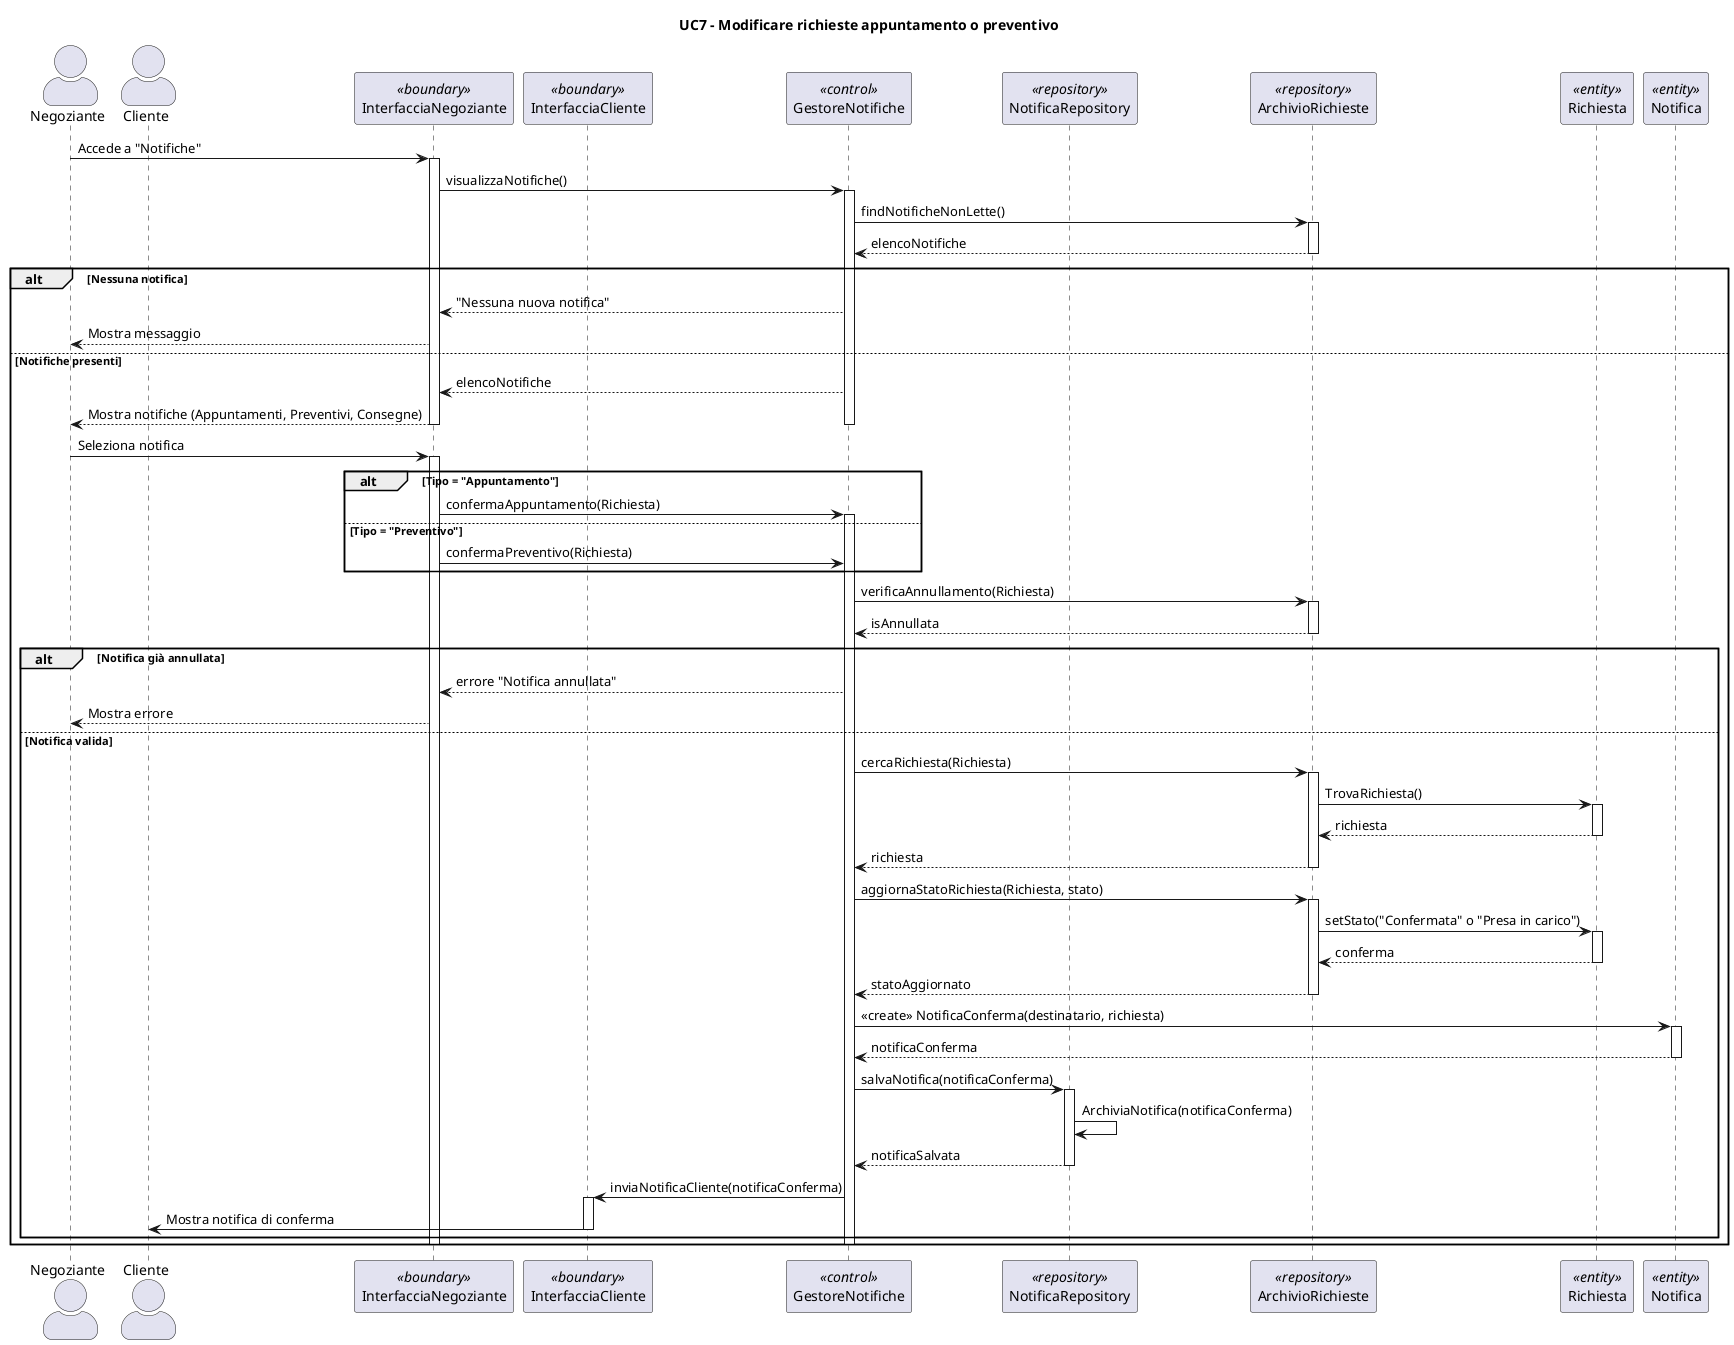
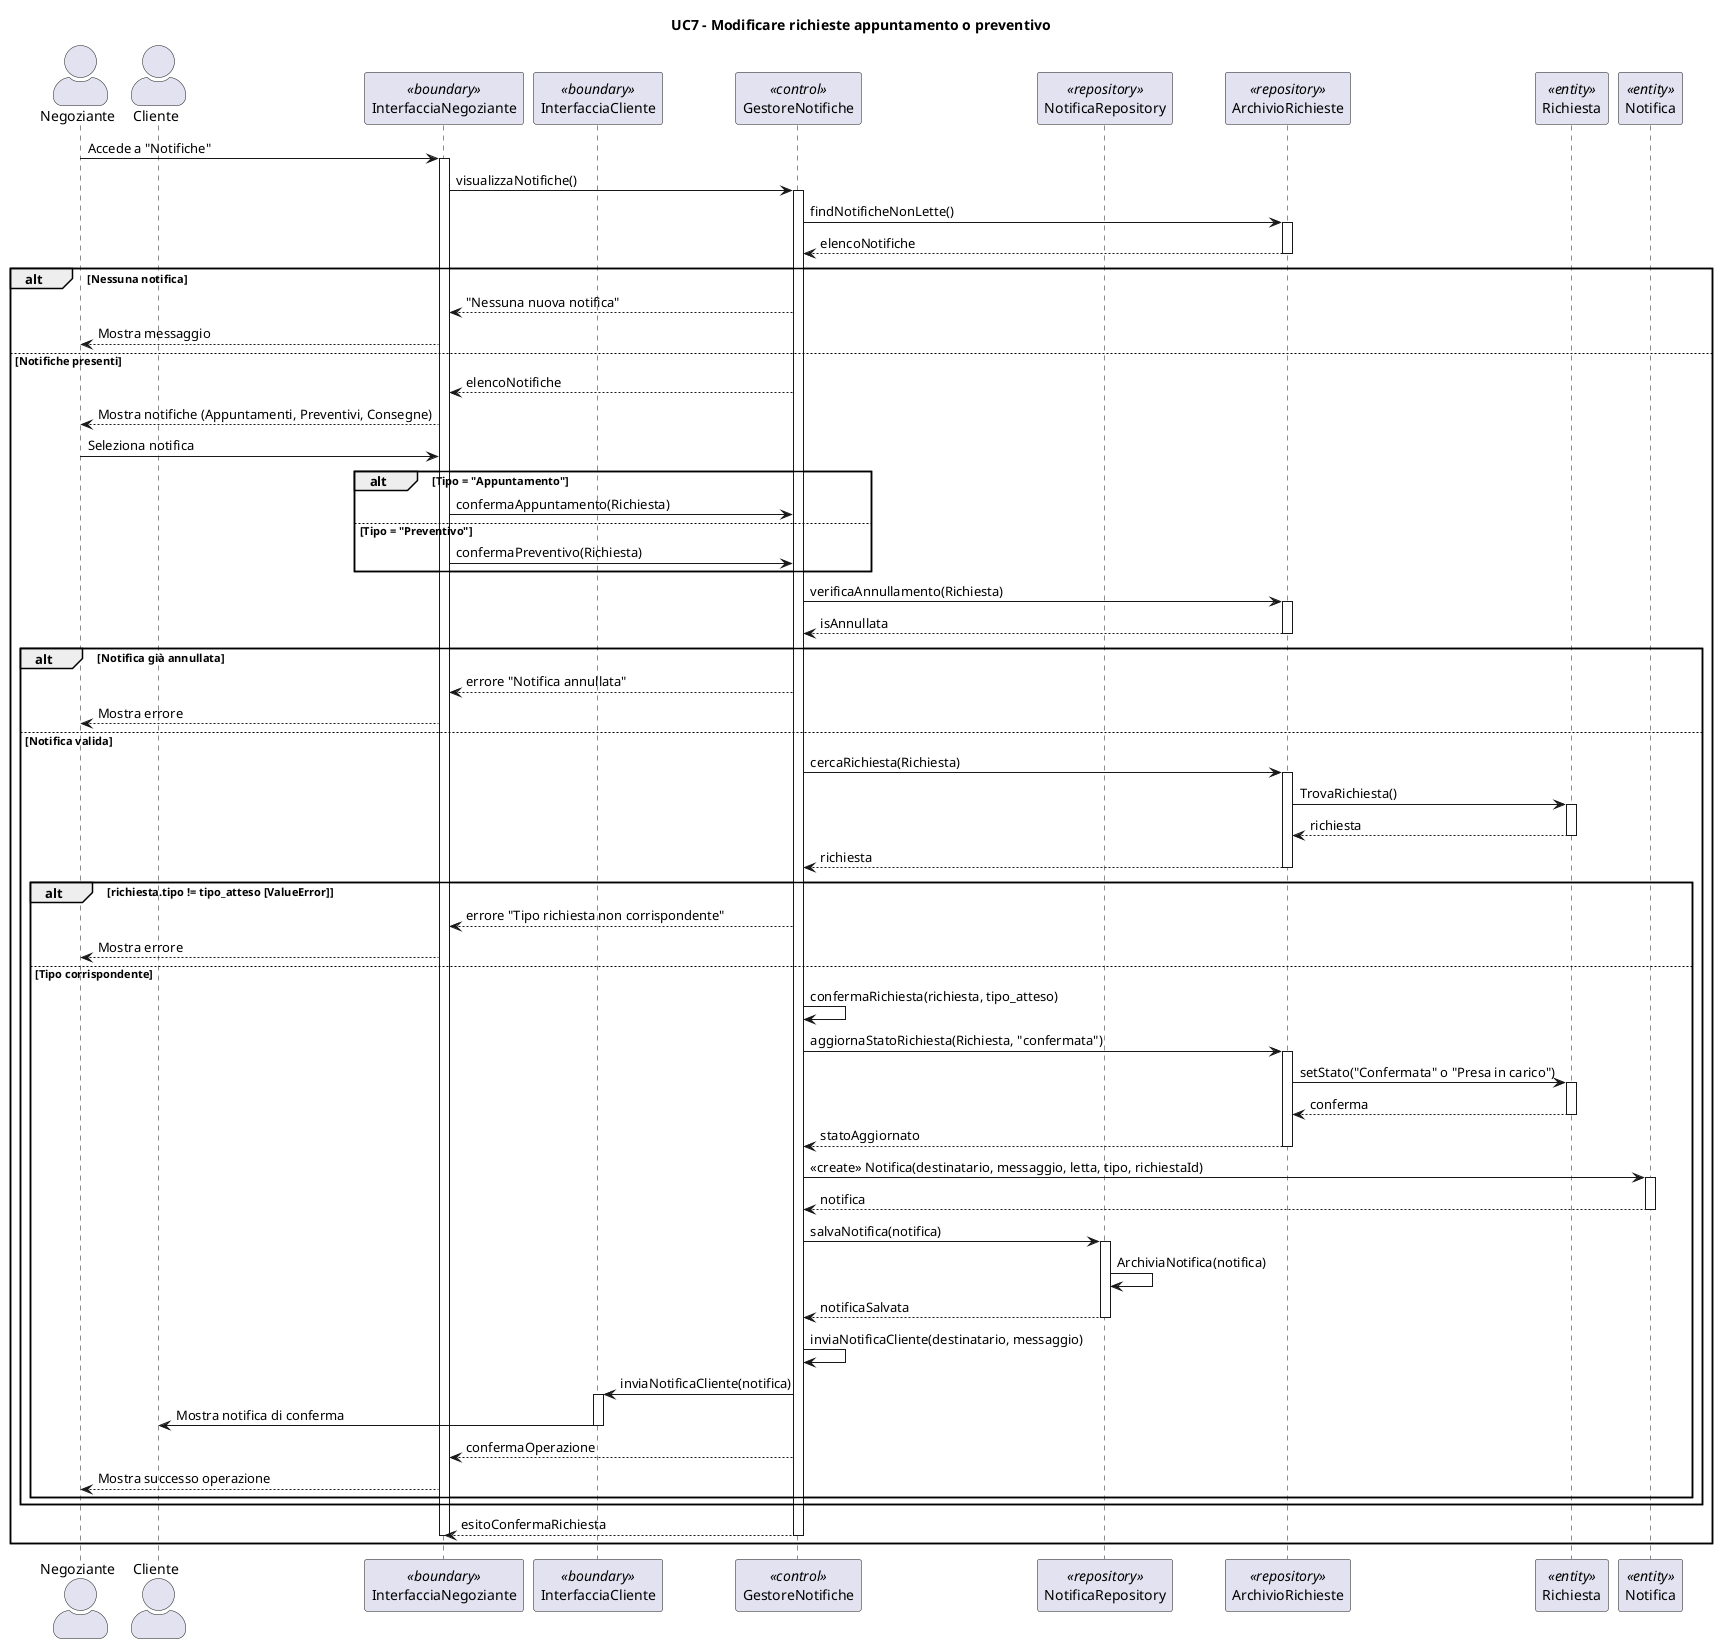
@startuml
title UC7 - Modificare richieste appuntamento o preventivo
skinparam actorStyle awesome

actor "Negoziante" as N
actor "Cliente" as C
participant "InterfacciaNegoziante" as IN <<boundary>>
participant "InterfacciaCliente" as IC <<boundary>>
participant "GestoreNotifiche" as G <<control>>
participant "NotificaRepository" as AN <<repository>>
participant "ArchivioRichieste" as AR <<repository>>
participant "Richiesta" as R <<entity>>
participant "Notifica" as Notif <<entity>>

N -> IN: Accede a "Notifiche"
activate IN
IN -> G: visualizzaNotifiche()
activate G
G -> AR: findNotificheNonLette()
activate AR
AR --> G: elencoNotifiche
deactivate AR

alt Nessuna notifica
    G --> IN: "Nessuna nuova notifica"
    IN --> N: Mostra messaggio

else Notifiche presenti
    G --> IN: elencoNotifiche
    IN --> N: Mostra notifiche (Appuntamenti, Preventivi, Consegne)
-     deactivate G
-     deactivate IN

    N -> IN: Seleziona notifica
-     activate IN

    alt Tipo = "Appuntamento"
        IN -> G: confermaAppuntamento(Richiesta)
-         activate G
- 
    else Tipo = "Preventivo"
        IN -> G: confermaPreventivo(Richiesta)
- 
    end

    G -> AR: verificaAnnullamento(Richiesta)
    activate AR
    AR --> G: isAnnullata
    deactivate AR

    alt Notifica già annullata
        G --> IN: errore "Notifica annullata"
        IN --> N: Mostra errore

    else Notifica valida
        G -> AR: cercaRichiesta(Richiesta)
        activate AR
        AR -> R: TrovaRichiesta()
        activate R
        R --> AR: richiesta
        deactivate R
        AR --> G: richiesta
        deactivate AR

-         G -> AR: aggiornaStatoRichiesta(Richiesta, stato)
-         activate AR
-         AR -> R: setStato("Confermata" o "Presa in carico")
-         activate R
-         R --> AR: conferma
-         deactivate R
-         AR --> G: statoAggiornato
-         deactivate AR
+         alt richiesta.tipo != tipo_atteso [ValueError]
+             G --> IN: errore "Tipo richiesta non corrispondente"
+             IN --> N: Mostra errore
+         else Tipo corrispondente
+             G -> G: confermaRichiesta(richiesta, tipo_atteso)
+             G -> AR: aggiornaStatoRichiesta(Richiesta, "confermata")
+             activate AR
+             AR -> R: setStato("Confermata" o "Presa in carico")
+             activate R
+             R --> AR: conferma
+             deactivate R
+             AR --> G: statoAggiornato
+             deactivate AR

-         G -> Notif: <<create>> NotificaConferma(destinatario, richiesta)
-         activate Notif
-         Notif --> G: notificaConferma
-         deactivate Notif
+             G -> Notif: <<create>> Notifica(destinatario, messaggio, letta, tipo, richiestaId)
+             activate Notif
+             Notif --> G: notifica
+             deactivate Notif

-         G -> AN: salvaNotifica(notificaConferma)
-         activate AN
-         AN -> AN: ArchiviaNotifica(notificaConferma)
+             G -> AN: salvaNotifica(notifica)
+             activate AN
+             AN -> AN: ArchiviaNotifica(notifica)
+             AN --> G: notificaSalvata
+             deactivate AN

-         AN --> G: notificaSalvata
-         deactivate AN
+             G -> G: inviaNotificaCliente(destinatario, messaggio)

-         G -> IC: inviaNotificaCliente(notificaConferma)
-         activate IC
-         IC -> C: Mostra notifica di conferma
-         deactivate IC
+             G -> IC: inviaNotificaCliente(notifica)
+             activate IC
+             IC -> C: Mostra notifica di conferma
+             deactivate IC
+ 
+             G --> IN: confermaOperazione
+             IN --> N: Mostra successo operazione
+         end
    end
+ 
+     G --> IN: esitoConfermaRichiesta
+ 
    deactivate G
    deactivate IN
end
@enduml